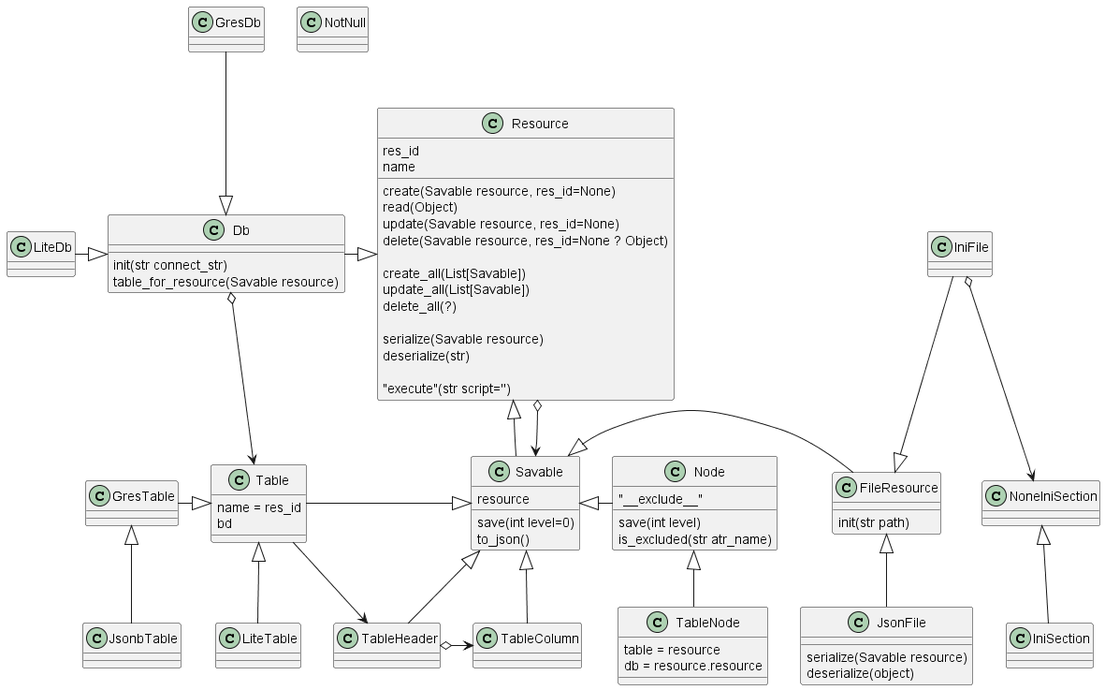
The PlantUML diagram out/uml/resource/resource.png in nagvalhm/epure, before a commit.
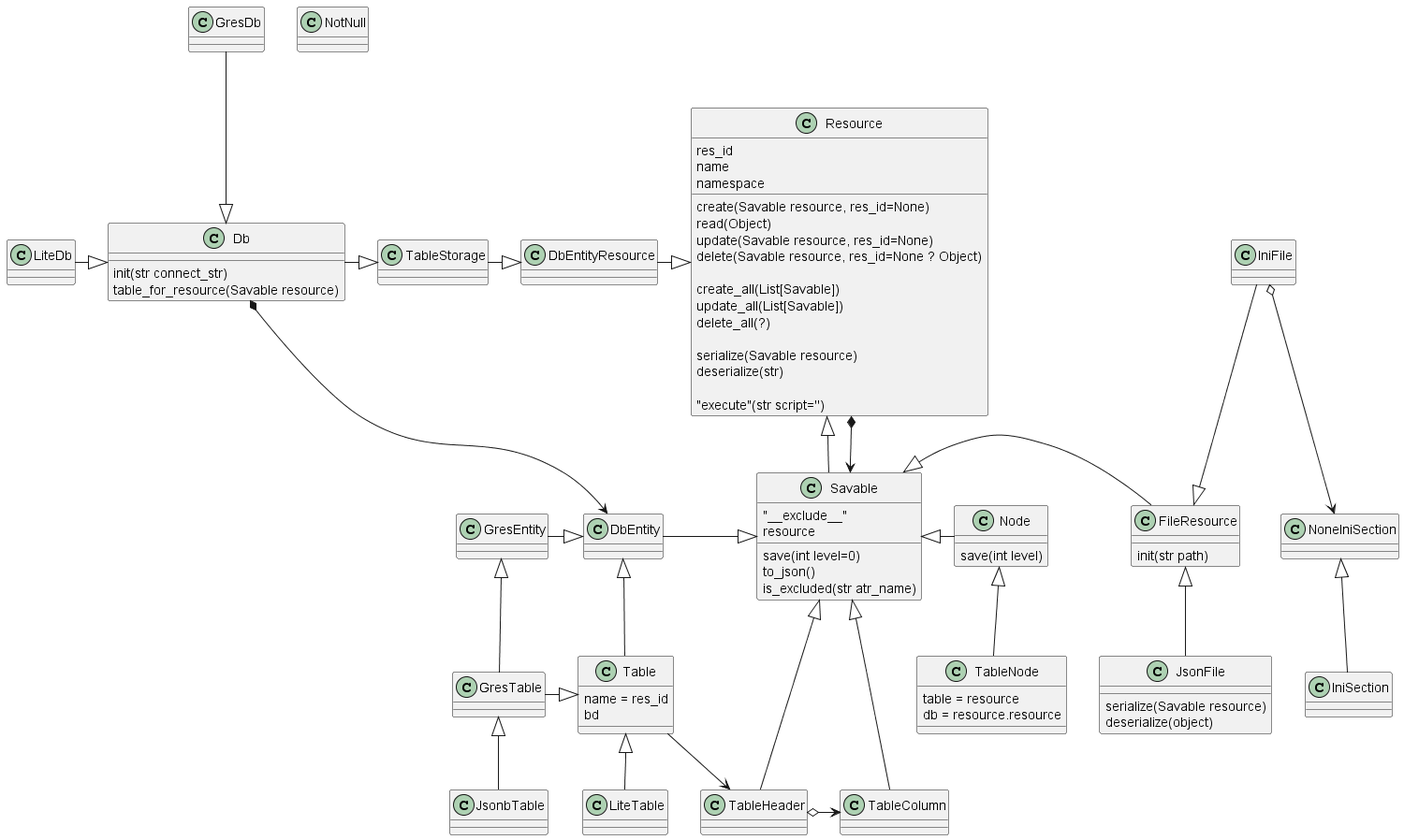
The same diagram one commit later.

What changed in the source:
```diff
@@ -15,6 +15,7 @@
     "execute"(str script='')
     res_id
     name
+    namespace
 }
 
 
@@ -23,13 +24,18 @@
     table_for_resource(Savable resource)
 }
 
+class DbEntity{}
+class GresEntity{}
+
 class GresDb{}
 class LiteDb{}
 
 class Savable{
+    "__exclude__"
     resource
     save(int level=0)
     to_json()
+    is_excluded(str atr_name)
 }
 
 class Table{
@@ -58,9 +64,7 @@
 }
 
 class Node{
-    "__exclude__"
     save(int level)
-    is_excluded(str atr_name)
 }
 
 class TableNode{
@@ -70,25 +74,31 @@
 
 
 
-Resource <|-left- Db
-    Db <|-up- GresDb
-    Db <|-left- LiteDb
-    Db o-down-> Table
+Resource <|-left- DbEntityResource
+    DbEntityResource <|-left- TableStorage
+        TableStorage <|-left- Db
+            Db <|-up- GresDb
+            Db <|-left- LiteDb
+            Db *-down-> DbEntity
+                DbEntity <|-left- GresEntity
+
 Resource <|-- Savable
-Resource o--> Savable
+Resource *--> Savable
     Savable <|-right- FileResource
         FileResource <|-up- IniFile
             IniFile o--> NoneIniSection
                 NoneIniSection <|-- IniSection
         FileResource <|-- JsonFile
-    Savable <|-left- Table
-        Table <|-left- GresTable
-            GresTable <|-- JsonbTable
-        Table <|-- LiteTable
-        Table --> TableHeader
-    Savable <|-right- Node
-        Node <|-- TableNode
-    Savable <|-- TableHeader
-        TableHeader o-right-> TableColumn
-    Savable <|-- TableColumn
+    Savable <|-left- DbEntity
+        DbEntity <|-- Table
+            GresEntity <|-- GresTable
+            Table <|-left- GresTable
+                GresTable <|-- JsonbTable
+            Table <|-- LiteTable
+            Table --> TableHeader
+        Savable <|-right- Node
+            Node <|-- TableNode
+        Savable <|-- TableHeader
+            TableHeader o-right-> TableColumn
+        Savable <|-- TableColumn
 @enduml
```
